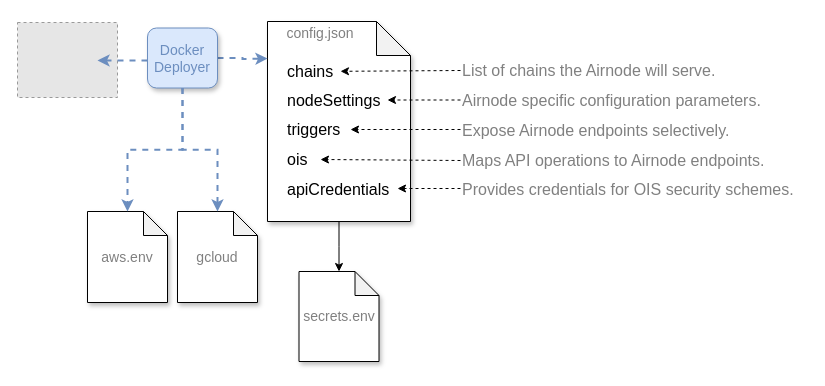
This is docs/airnode/v0.5/assets/diagrams/config-json.drawio from api3dao/old-api3-docs, a draw.io file, before an edit. Source tidied: cells renumbered, new cells numbered last; positions are measured from the earlier drawing's top-left corner, leaving out a move shared by most shapes. Both pictures are drawn from the tidied source at 100%, with x=0, y=0 at pixel (17, 21). Pictures stored in the file or linked from it are replaced by grey dashed boxes.
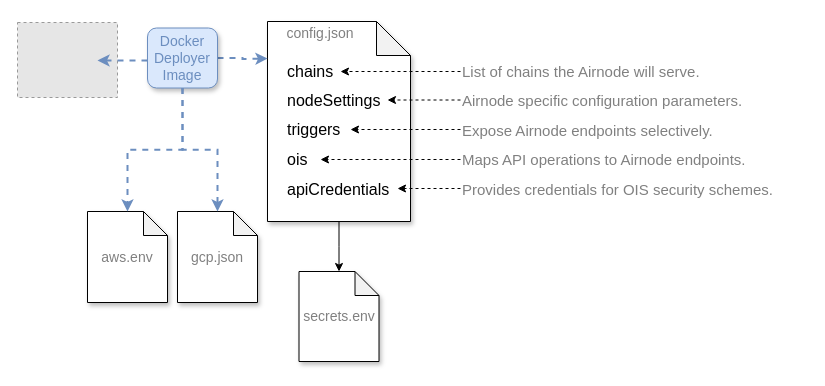
The same page after the edit.

Change to the diagram source:
```diff
@@
-    <mxCell id="3" value="&lt;font style=&quot;font-size: 16px;&quot;&gt;Maps API operations to Airnode endpoints.&lt;/font&gt;" style="text;html=1;strokeColor=none;fillColor=none;align=left;verticalAlign=middle;whiteSpace=wrap;rounded=0;sketch=0;fontSize=16;fontColor=#808080;" parent="1" vertex="1">
-      <mxGeometry x="443" y="129" width="327" height="20" as="geometry" />
+    <mxCell id="3" value="&lt;font style=&quot;font-size: 15px;&quot;&gt;Maps API operations to Airnode endpoints.&lt;/font&gt;" style="text;html=1;strokeColor=none;fillColor=none;align=left;verticalAlign=middle;whiteSpace=wrap;rounded=0;sketch=0;fontSize=15;fontColor=#808080;fontStyle=0;" parent="1" vertex="1">
+      <mxGeometry x="443" y="128" width="327" height="20" as="geometry" />
     </mxCell>
-    <mxCell id="4" value="Expose Airnode endpoints selectively." style="text;html=1;strokeColor=none;fillColor=none;align=left;verticalAlign=middle;whiteSpace=wrap;rounded=0;sketch=0;fontSize=16;fontColor=#808080;" parent="1" vertex="1">
+    <mxCell id="4" value="Expose Airnode endpoints selectively." style="text;html=1;strokeColor=none;fillColor=none;align=left;verticalAlign=middle;whiteSpace=wrap;rounded=0;sketch=0;fontSize=15;fontColor=#808080;fontStyle=0;" parent="1" vertex="1">
       <mxGeometry x="443" y="99" width="327" height="20" as="geometry" />
     </mxCell>
-    <mxCell id="5" value="Airnode specific configuration parameters." style="text;html=1;strokeColor=none;fillColor=none;align=left;verticalAlign=middle;whiteSpace=wrap;rounded=0;sketch=0;fontSize=16;fontColor=#808080;" parent="1" vertex="1">
+    <mxCell id="5" value="Airnode specific configuration parameters." style="text;html=1;strokeColor=none;fillColor=none;align=left;verticalAlign=middle;whiteSpace=wrap;rounded=0;sketch=0;fontSize=15;fontColor=#808080;fontStyle=0;" parent="1" vertex="1">
       <mxGeometry x="443" y="68.5" width="327" height="20" as="geometry" />
     </mxCell>
@@
-    <mxCell id="17" value="Provides credentials for OIS security schemes." style="text;html=1;strokeColor=none;fillColor=none;align=left;verticalAlign=middle;whiteSpace=wrap;rounded=0;sketch=0;fontSize=16;fontColor=#808080;" parent="1" vertex="1">
+    <mxCell id="17" value="Provides credentials for OIS security schemes." style="text;html=1;strokeColor=none;fillColor=none;align=left;verticalAlign=middle;whiteSpace=wrap;rounded=0;sketch=0;fontSize=15;fontColor=#808080;fontStyle=0;" parent="1" vertex="1">
       <mxGeometry x="443" y="158" width="347" height="20" as="geometry" />
     </mxCell>
@@
-    <mxCell id="19" value="List of chains the Airnode will serve." style="text;html=1;strokeColor=none;fillColor=none;align=left;verticalAlign=middle;whiteSpace=wrap;rounded=0;sketch=0;fontSize=16;fontColor=#808080;" parent="1" vertex="1">
-      <mxGeometry x="443" y="39" width="270" height="20" as="geometry" />
+    <mxCell id="19" value="List of chains the Airnode will serve." style="text;html=1;strokeColor=none;fillColor=none;align=left;verticalAlign=middle;whiteSpace=wrap;rounded=0;sketch=0;fontSize=15;fontColor=#808080;fontStyle=0;" parent="1" vertex="1">
+      <mxGeometry x="443" y="40" width="270" height="20" as="geometry" />
     </mxCell>
@@
-    <mxCell id="26" value="&lt;font style=&quot;font-size: 14px&quot; color=&quot;#6c8ebf&quot;&gt;Docker&lt;br&gt;Deployer&lt;/font&gt;" style="rounded=1;whiteSpace=wrap;html=1;shadow=1;fillColor=#dae8fc;strokeColor=#6c8ebf;" parent="1" vertex="1">
+    <mxCell id="26" value="&lt;font style=&quot;font-size: 14px&quot; color=&quot;#6c8ebf&quot;&gt;Docker&lt;br&gt;Deployer&lt;br&gt;Image&lt;br&gt;&lt;/font&gt;" style="rounded=1;whiteSpace=wrap;html=1;shadow=1;fillColor=#dae8fc;strokeColor=#6c8ebf;" parent="1" vertex="1">
       <mxGeometry x="130" y="6.5" width="70" height="60" as="geometry" />
     </mxCell>
-    <mxCell id="27" value="&lt;font style=&quot;font-size: 14px&quot; color=&quot;#808080&quot;&gt;gcloud&lt;/font&gt;" style="shape=note;whiteSpace=wrap;html=1;backgroundOutline=1;darkOpacity=0.05;size=24;shadow=1;" parent="1" vertex="1">
+    <mxCell id="27" value="&lt;font style=&quot;font-size: 14px&quot; color=&quot;#808080&quot;&gt;gcp.json&lt;/font&gt;" style="shape=note;whiteSpace=wrap;html=1;backgroundOutline=1;darkOpacity=0.05;size=24;shadow=1;" parent="1" vertex="1">
       <mxGeometry x="160" y="190" width="80" height="91" as="geometry" />
     </mxCell>
```
